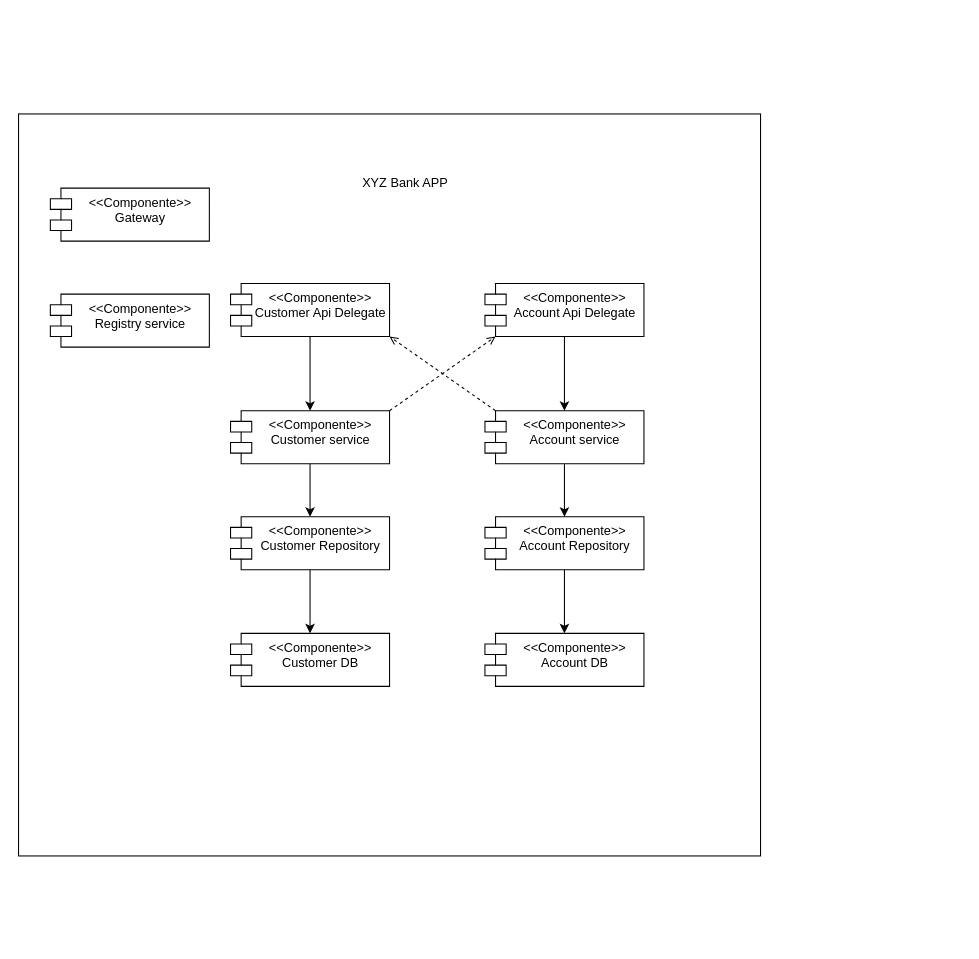
This is Documentacion/SRCDiagramaCasosDeUso/3. Diagrama de componentes.drawio from dannyverap/XYZBank, a draw.io file, before an edit. Source tidied: cells renumbered, new cells numbered last; positions are measured from the earlier drawing's top-left corner, leaving out a move shared by most shapes. Both pictures are drawn from the tidied source at 106%, with x=0, y=0 at pixel (18, 113).
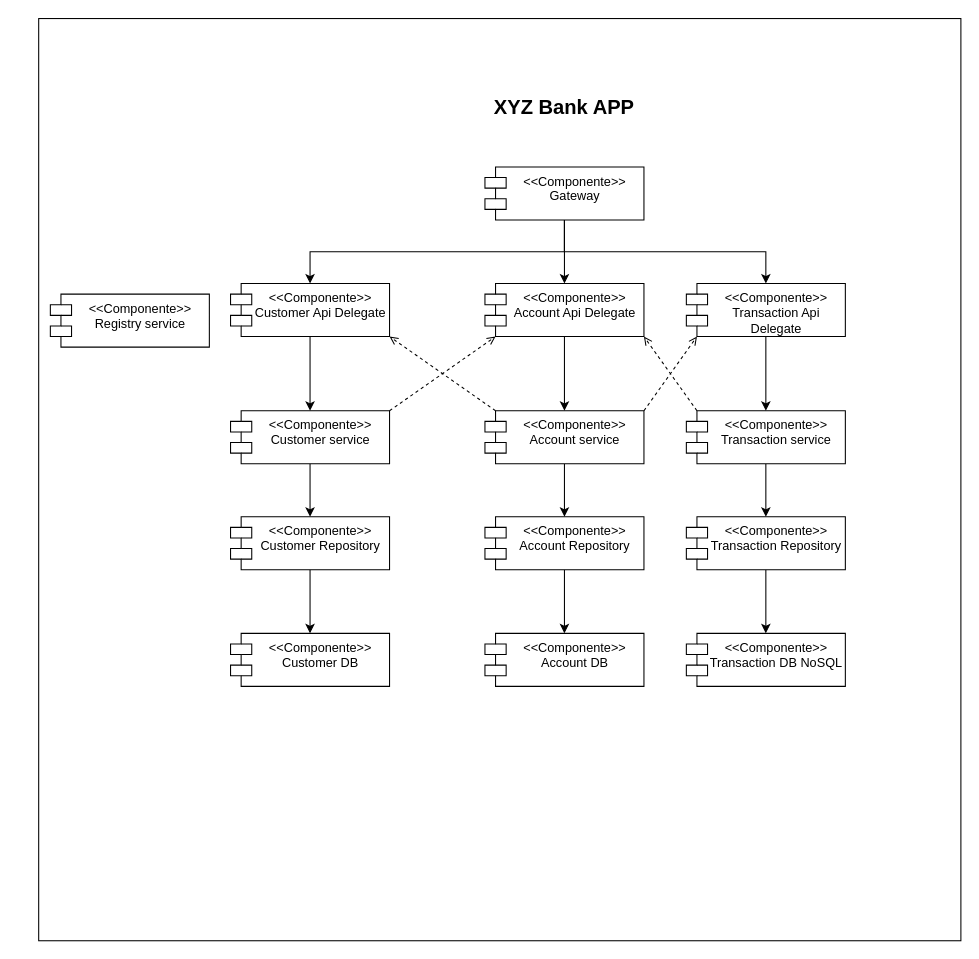
The same page after the edit.

Commit message (it also covers changes not shown here):
Update Diagrama de componentes with TransactionMs

Unchanged cells that the change refers to:
```xml
<mxCell id="8" value="&amp;lt;&amp;lt;Componente&amp;gt;&amp;gt;&lt;div&gt;Account service&lt;/div&gt;" style="shape=module;align=left;spacingLeft=20;align=center;verticalAlign=top;whiteSpace=wrap;html=1;" parent="1" vertex="1">
  <mxGeometry x="440" y="280" width="150" height="50" as="geometry" />
</mxCell>
<mxCell id="16" value="&amp;lt;&amp;lt;Componente&amp;gt;&amp;gt;&lt;div&gt;Customer Api Delegate&lt;/div&gt;" style="shape=module;align=left;spacingLeft=20;align=center;verticalAlign=top;whiteSpace=wrap;html=1;" parent="1" vertex="1">
  <mxGeometry x="200" y="160" width="150" height="50" as="geometry" />
</mxCell>
<mxCell id="18" value="&amp;lt;&amp;lt;Componente&amp;gt;&amp;gt;&lt;div&gt;Account Api Delegate&lt;/div&gt;" style="shape=module;align=left;spacingLeft=20;align=center;verticalAlign=top;whiteSpace=wrap;html=1;" parent="1" vertex="1">
  <mxGeometry x="440" y="160" width="150" height="50" as="geometry" />
</mxCell>
```

Diff of the diagram source:
```diff
@@
     <mxCell id="2" style="whiteSpace=wrap;html=1;" parent="1" vertex="1">
-      <mxGeometry width="700" height="700" as="geometry" />
+      <mxGeometry x="19" y="-90" width="870" height="870" as="geometry" />
     </mxCell>
@@
-    <mxCell id="20" value="XYZ Bank APP" style="text;html=1;align=center;verticalAlign=middle;whiteSpace=wrap;rounded=0;" parent="1" vertex="1">
-      <mxGeometry x="300" y="50" width="130" height="30" as="geometry" />
+    <mxCell id="20" value="XYZ Bank APP" style="text;html=1;align=center;verticalAlign=middle;whiteSpace=wrap;rounded=0;fontSize=19;fontStyle=1;" parent="1" vertex="1">
+      <mxGeometry x="415" y="-20" width="200" height="30" as="geometry" />
     </mxCell>
+    <mxCell id="22" style="edgeStyle=orthogonalEdgeStyle;rounded=0;jettySize=auto;html=1;exitX=0.5;exitY=1;exitDx=0;exitDy=0;" parent="1" edge="1" source="21" target="31">
+      <mxGeometry relative="1" as="geometry" />
+    </mxCell>
+    <mxCell id="23" style="edgeStyle=orthogonalEdgeStyle;rounded=0;jettySize=auto;html=1;exitX=0.5;exitY=1;exitDx=0;exitDy=0;entryX=0.5;entryY=0;entryDx=0;entryDy=0;" parent="1" edge="1" source="21" target="16">
+      <mxGeometry relative="1" as="geometry" />
+    </mxCell>
+    <mxCell id="24" style="edgeStyle=orthogonalEdgeStyle;rounded=0;jettySize=auto;html=1;exitX=0.5;exitY=1;exitDx=0;exitDy=0;entryX=0.5;entryY=0;entryDx=0;entryDy=0;" parent="1" edge="1" source="21" target="18">
+      <mxGeometry relative="1" as="geometry" />
+    </mxCell>
     <mxCell id="21" value="&amp;lt;&amp;lt;Componente&amp;gt;&amp;gt;&lt;div&gt;Gateway&lt;/div&gt;" style="shape=module;align=left;spacingLeft=20;align=center;verticalAlign=top;whiteSpace=wrap;html=1;" parent="1" vertex="1">
-      <mxGeometry x="30" y="70" width="150" height="50" as="geometry" />
+      <mxGeometry x="440" y="50" width="150" height="50" as="geometry" />
     </mxCell>
+    <mxCell id="25" style="edgeStyle=orthogonalEdgeStyle;rounded=0;jettySize=auto;html=1;exitX=0.5;exitY=1;exitDx=0;exitDy=0;entryX=0.5;entryY=0;entryDx=0;entryDy=0;" parent="1" edge="1" source="26" target="29">
+      <mxGeometry relative="1" as="geometry" />
+    </mxCell>
+    <mxCell id="26" value="&amp;lt;&amp;lt;Componente&amp;gt;&amp;gt;&lt;div&gt;Transaction Repository&lt;/div&gt;" style="shape=module;align=left;spacingLeft=20;align=center;verticalAlign=top;whiteSpace=wrap;html=1;" parent="1" vertex="1">
+      <mxGeometry x="630" y="380" width="150" height="50" as="geometry" />
+    </mxCell>
+    <mxCell id="27" style="edgeStyle=orthogonalEdgeStyle;rounded=0;jettySize=auto;html=1;exitX=0.5;exitY=1;exitDx=0;exitDy=0;entryX=0.5;entryY=0;entryDx=0;entryDy=0;" parent="1" edge="1" source="28" target="26">
+      <mxGeometry relative="1" as="geometry" />
+    </mxCell>
+    <mxCell id="28" value="&amp;lt;&amp;lt;Componente&amp;gt;&amp;gt;&lt;div&gt;Transaction service&lt;/div&gt;" style="shape=module;align=left;spacingLeft=20;align=center;verticalAlign=top;whiteSpace=wrap;html=1;" parent="1" vertex="1">
+      <mxGeometry x="630" y="280" width="150" height="50" as="geometry" />
+    </mxCell>
+    <mxCell id="29" value="&amp;lt;&amp;lt;Componente&amp;gt;&amp;gt;&lt;div&gt;Transaction DB NoSQL&lt;/div&gt;" style="shape=module;align=left;spacingLeft=20;align=center;verticalAlign=top;whiteSpace=wrap;html=1;" parent="1" vertex="1">
+      <mxGeometry x="630" y="490" width="150" height="50" as="geometry" />
+    </mxCell>
+    <mxCell id="30" style="edgeStyle=orthogonalEdgeStyle;rounded=0;jettySize=auto;html=1;exitX=0.5;exitY=1;exitDx=0;exitDy=0;" parent="1" edge="1" source="31" target="28">
+      <mxGeometry relative="1" as="geometry" />
+    </mxCell>
+    <mxCell id="31" value="&amp;lt;&amp;lt;Componente&amp;gt;&amp;gt;&lt;div&gt;Transaction Api Delegate&lt;/div&gt;" style="shape=module;align=left;spacingLeft=20;align=center;verticalAlign=top;whiteSpace=wrap;html=1;" parent="1" vertex="1">
+      <mxGeometry x="630" y="160" width="150" height="50" as="geometry" />
+    </mxCell>
+    <mxCell id="32" style="rounded=0;jettySize=auto;html=1;exitX=1;exitY=0;exitDx=0;exitDy=0;entryX=0;entryY=1;entryDx=10;entryDy=0;dashed=1;endArrow=open;endFill=0;entryPerimeter=0;" parent="1" edge="1" source="8" target="31">
+      <mxGeometry relative="1" as="geometry" />
+    </mxCell>
+    <mxCell id="33" style="rounded=0;jettySize=auto;html=1;exitX=0;exitY=0;exitDx=10;exitDy=0;entryX=1;entryY=1;entryDx=0;entryDy=0;endArrow=open;endFill=0;dashed=1;exitPerimeter=0;" parent="1" edge="1" source="28" target="18">
+      <mxGeometry relative="1" as="geometry" />
+    </mxCell>
```
